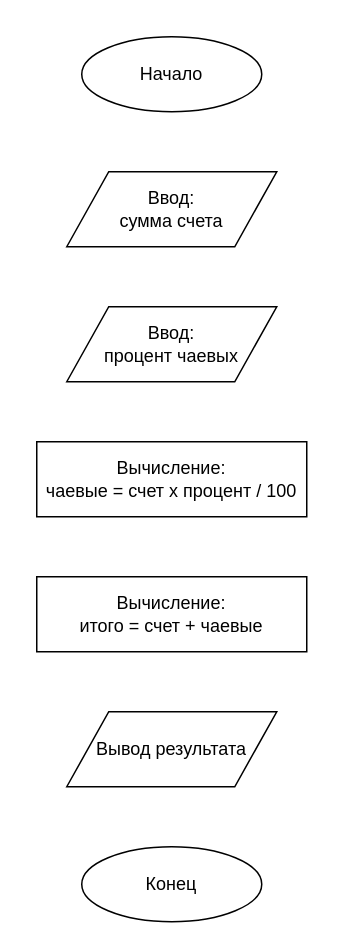
Before: diagrams/step4_tips_calculator.drawio in Arina-loiko/isrpo_lab17, a draw.io diagram. Source tidied: cells renumbered, new cells numbered last; positions are measured from the earlier drawing's top-left corner, leaving out a move shared by most shapes. Both pictures are drawn from the tidied source at 150%, with x=0, y=0 at pixel (36, 36).
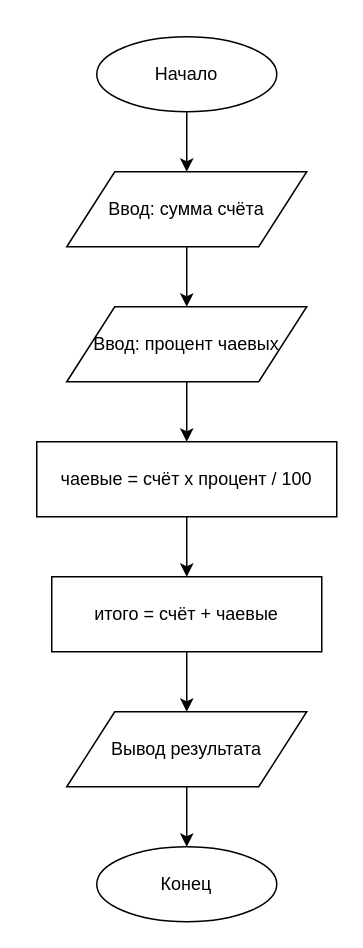
The same page after the edit.

Diff of the diagram source:
```diff
@@
 <mxGraphModel>
   <root>
     <mxCell id="0" />
     <mxCell id="1" parent="0" />
     <mxCell id="2" value="Начало" style="ellipse;whiteSpace=wrap;html=1;" parent="1" vertex="1">
-      <mxGeometry x="30" width="120" height="50" as="geometry" />
+      <mxGeometry x="40" width="120" height="50" as="geometry" />
     </mxCell>
-    <mxCell id="3" value="Ввод:&#10;сумма счета" style="shape=parallelogram;whiteSpace=wrap;html=1;" parent="1" vertex="1">
-      <mxGeometry x="20" y="90" width="140" height="50" as="geometry" />
+    <mxCell id="3" value="Ввод: сумма счёта" style="shape=parallelogram;whiteSpace=wrap;html=1;" parent="1" vertex="1">
+      <mxGeometry x="20" y="90" width="160" height="50" as="geometry" />
     </mxCell>
-    <mxCell id="4" value="Ввод:&#10;процент чаевых" style="shape=parallelogram;whiteSpace=wrap;html=1;" parent="1" vertex="1">
-      <mxGeometry x="20" y="180" width="140" height="50" as="geometry" />
+    <mxCell id="4" value="Ввод: процент чаевых" style="shape=parallelogram;whiteSpace=wrap;html=1;" parent="1" vertex="1">
+      <mxGeometry x="20" y="180" width="160" height="50" as="geometry" />
     </mxCell>
-    <mxCell id="5" value="Вычисление:&#10;чаевые = счет x процент / 100" style="rounded=0;whiteSpace=wrap;html=1;" parent="1" vertex="1">
-      <mxGeometry y="270" width="180" height="50" as="geometry" />
+    <mxCell id="5" value="чаевые = счёт x процент / 100" style="rounded=0;whiteSpace=wrap;html=1;" parent="1" vertex="1">
+      <mxGeometry y="270" width="200" height="50" as="geometry" />
     </mxCell>
-    <mxCell id="6" value="Вычисление:&#10;итого = счет + чаевые" style="rounded=0;whiteSpace=wrap;html=1;" parent="1" vertex="1">
-      <mxGeometry y="360" width="180" height="50" as="geometry" />
+    <mxCell id="6" value="итого = счёт + чаевые" style="rounded=0;whiteSpace=wrap;html=1;" parent="1" vertex="1">
+      <mxGeometry x="10" y="360" width="180" height="50" as="geometry" />
     </mxCell>
     <mxCell id="7" value="Вывод результата" style="shape=parallelogram;whiteSpace=wrap;html=1;" parent="1" vertex="1">
-      <mxGeometry x="20" y="450" width="140" height="50" as="geometry" />
+      <mxGeometry x="20" y="450" width="160" height="50" as="geometry" />
     </mxCell>
     <mxCell id="8" value="Конец" style="ellipse;whiteSpace=wrap;html=1;" parent="1" vertex="1">
-      <mxGeometry x="30" y="540" width="120" height="50" as="geometry" />
+      <mxGeometry x="40" y="540" width="120" height="50" as="geometry" />
     </mxCell>
-    <mxCell id="9" style="edgeStyle=orthogonalEdgeStyle;" parent="1" edge="1" source="2" target="3" />
+    <mxCell id="9" style="edgeStyle=orthogonalEdgeStyle;" parent="1" edge="1" source="2" target="3">
+      <mxGeometry relative="1" as="geometry" />
+    </mxCell>
-    <mxCell id="10" style="edgeStyle=orthogonalEdgeStyle;" parent="1" edge="1" source="3" target="4" />
+    <mxCell id="10" style="edgeStyle=orthogonalEdgeStyle;" parent="1" edge="1" source="3" target="4">
+      <mxGeometry relative="1" as="geometry" />
+    </mxCell>
-    <mxCell id="11" style="edgeStyle=orthogonalEdgeStyle;" parent="1" edge="1" source="4" target="5" />
+    <mxCell id="11" style="edgeStyle=orthogonalEdgeStyle;" parent="1" edge="1" source="4" target="5">
+      <mxGeometry relative="1" as="geometry" />
+    </mxCell>
-    <mxCell id="12" style="edgeStyle=orthogonalEdgeStyle;" parent="1" edge="1" source="5" target="6" />
+    <mxCell id="12" style="edgeStyle=orthogonalEdgeStyle;" parent="1" edge="1" source="5" target="6">
+      <mxGeometry relative="1" as="geometry" />
+    </mxCell>
-    <mxCell id="13" style="edgeStyle=orthogonalEdgeStyle;" parent="1" edge="1" source="6" target="7" />
+    <mxCell id="13" style="edgeStyle=orthogonalEdgeStyle;" parent="1" edge="1" source="6" target="7">
+      <mxGeometry relative="1" as="geometry" />
+    </mxCell>
-    <mxCell id="14" style="edgeStyle=orthogonalEdgeStyle;" parent="1" edge="1" source="7" target="8" />
+    <mxCell id="14" style="edgeStyle=orthogonalEdgeStyle;" parent="1" edge="1" source="7" target="8">
+      <mxGeometry relative="1" as="geometry" />
+    </mxCell>
   </root>
 </mxGraphModel>
```
